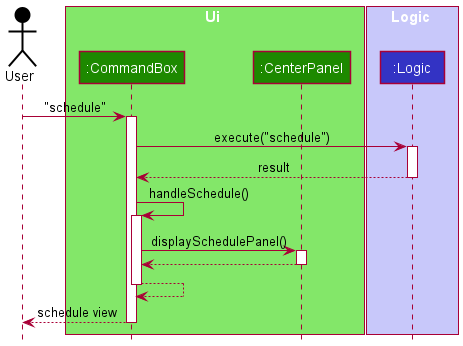
The PlantUML diagram docs/images/ScheduleSequenceDiagram.png in nus-cs2103-AY2122S1/tp, before a commit. Source of this version:
```plantuml
@startuml
!include style.puml

Actor User as user USER_COLOR

box Ui UI_COLOR_T1
participant ":CommandBox" as MainWindow UI_COLOR
participant ":CenterPanel" as CenterPanel UI_COLOR
end box

box Logic LOGIC_COLOR_T1
participant ":Logic" as Logic LOGIC_COLOR
end box

user -> MainWindow : "schedule"
activate MainWindow

MainWindow -> Logic : execute("schedule")
activate Logic

Logic --> MainWindow : result
deactivate Logic

MainWindow -> MainWindow : handleSchedule()
activate MainWindow

MainWindow -> CenterPanel : displaySchedulePanel()
activate CenterPanel

CenterPanel --> MainWindow
deactivate CenterPanel

MainWindow --> MainWindow
deactivate MainWindow

MainWindow --> user : schedule view
deactivate MainWindow
@enduml
```
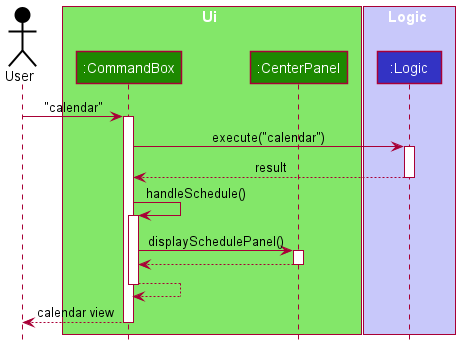
After the change.

Diff of the diagram source:
```diff
@@ -12,10 +12,10 @@
 participant ":Logic" as Logic LOGIC_COLOR
 end box
 
-user -> MainWindow : "schedule"
+user -> MainWindow : "calendar"
 activate MainWindow
 
-MainWindow -> Logic : execute("schedule")
+MainWindow -> Logic : execute("calendar")
 activate Logic
 
 Logic --> MainWindow : result
@@ -33,6 +33,6 @@
 MainWindow --> MainWindow
 deactivate MainWindow
 
-MainWindow --> user : schedule view
+MainWindow --> user : calendar view
 deactivate MainWindow
 @enduml
```
